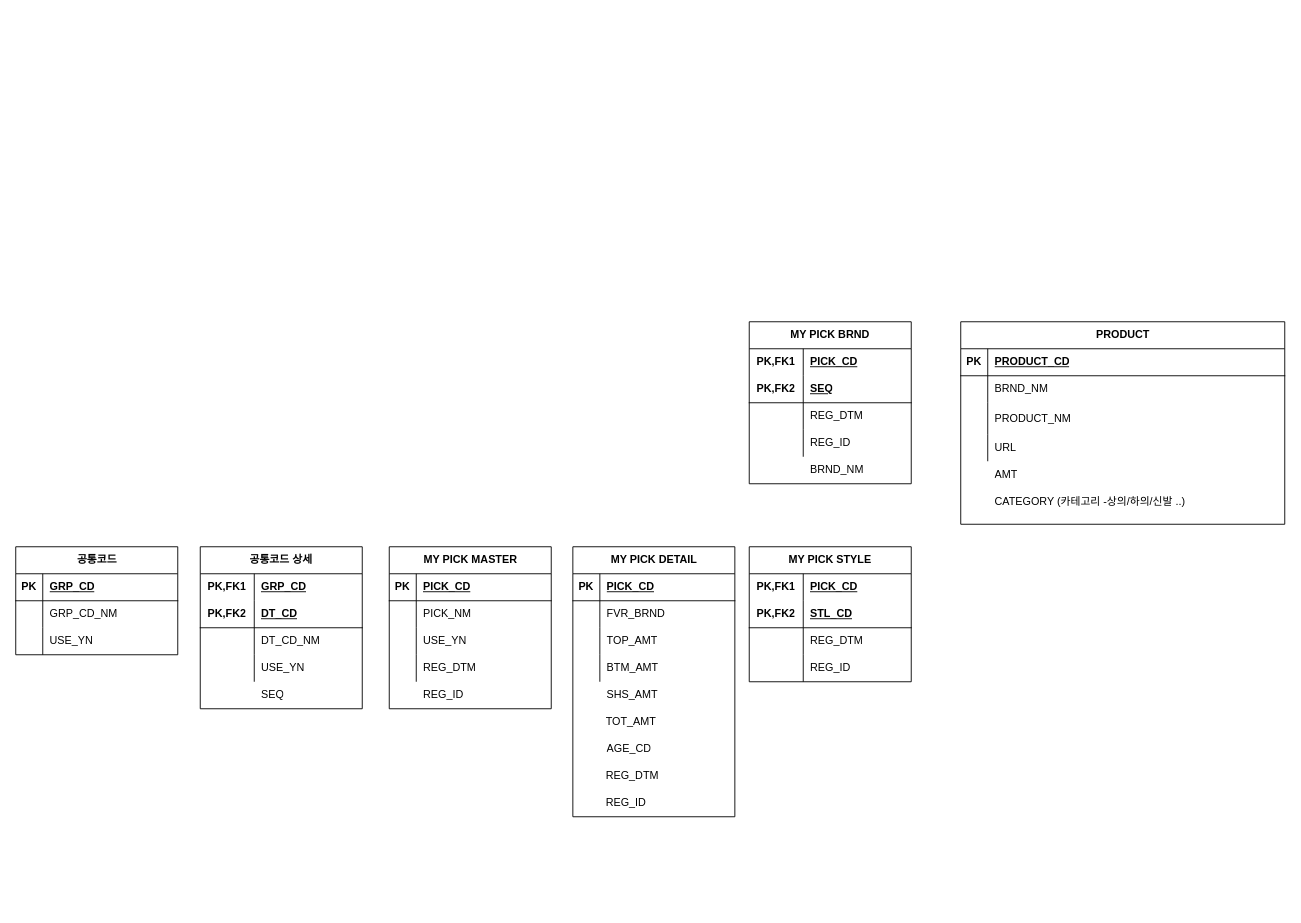
Before: page "ERD" (4 of 4) of 플로우차트.drawio in leeyeon/disco, a draw.io diagram. Source tidied: cells renumbered, new cells numbered last; positions are measured from the earlier drawing's top-left corner, leaving out a move shared by most shapes. Both pictures are drawn from the tidied source at 90%, with x=0, y=0 at pixel (15, 321).
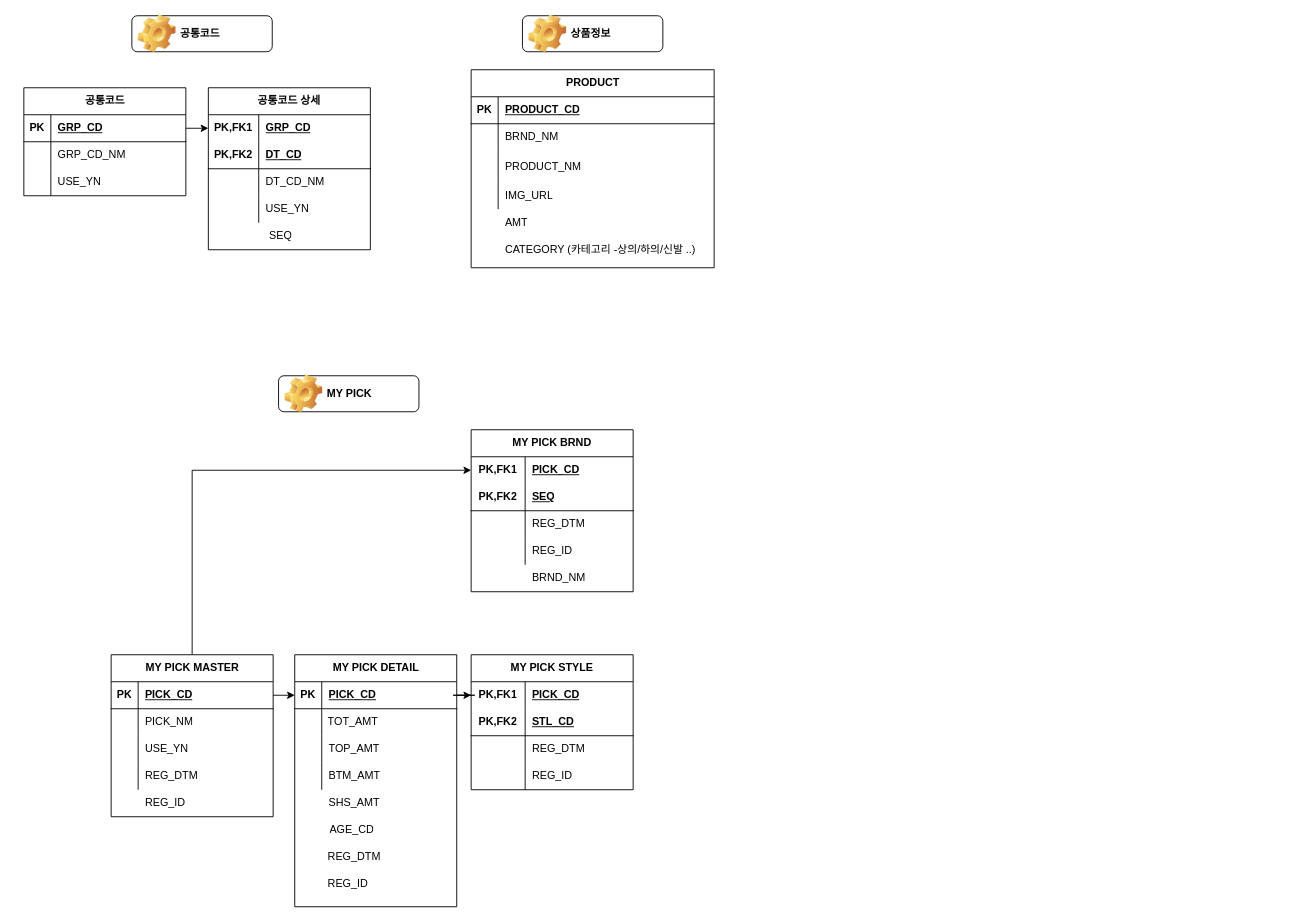
After the change.

Commit message:
플로우차트.drawio 업데이트

Unchanged cells that the change refers to:
```xml
<mxCell id="3" style="shape=tableRow;horizontal=0;startSize=0;swimlaneHead=0;swimlaneBody=0;fillColor=none;points=[[0,0.5],[1,0.5]];portConstraint=eastwest;top=0;left=0;right=0;bottom=1;" parent="2" vertex="1">
  <mxGeometry y="30" width="180" height="30" as="geometry" />
</mxCell>
<mxCell id="13" style="shape=tableRow;horizontal=0;startSize=0;swimlaneHead=0;swimlaneBody=0;fillColor=none;points=[[0,0.5],[1,0.5]];portConstraint=eastwest;top=0;left=0;right=0;bottom=1;" parent="12" vertex="1">
  <mxGeometry y="30" width="180" height="30" as="geometry" />
</mxCell>
<mxCell id="26" style="shape=tableRow;horizontal=0;startSize=0;swimlaneHead=0;swimlaneBody=0;fillColor=none;points=[[0,0.5],[1,0.5]];portConstraint=eastwest;top=0;left=0;right=0;bottom=1;" parent="25" vertex="1">
  <mxGeometry y="30" width="180" height="30" as="geometry" />
</mxCell>
<mxCell id="29" style="shape=tableRow;horizontal=0;startSize=0;swimlaneHead=0;swimlaneBody=0;fillColor=none;top=0;left=0;right=0;bottom=0;" parent="25" vertex="1">
  <mxGeometry y="60" width="180" height="30" as="geometry" />
</mxCell>
<mxCell id="39" style="shape=tableRow;horizontal=0;startSize=0;swimlaneHead=0;swimlaneBody=0;fillColor=none;points=[[0,0.5],[1,0.5]];portConstraint=eastwest;top=0;left=0;right=0;bottom=0;html=1;" parent="38" vertex="1">
  <mxGeometry y="30" width="180" height="30" as="geometry" />
</mxCell>
<mxCell id="42" style="shape=tableRow;horizontal=0;startSize=0;swimlaneHead=0;swimlaneBody=0;fillColor=none;top=0;left=0;right=0;bottom=1;html=1;" parent="38" vertex="1">
  <mxGeometry y="60" width="180" height="30" as="geometry" />
</mxCell>
<mxCell id="45" style="shape=tableRow;horizontal=0;startSize=0;swimlaneHead=0;swimlaneBody=0;fillColor=none;top=0;left=0;right=0;bottom=0;html=1;" parent="38" vertex="1">
  <mxGeometry y="90" width="180" height="30" as="geometry" />
</mxCell>
<mxCell id="48" style="shape=tableRow;horizontal=0;startSize=0;swimlaneHead=0;swimlaneBody=0;fillColor=none;top=0;left=0;right=0;bottom=0;html=1;" parent="38" vertex="1">
  <mxGeometry y="120" width="180" height="30" as="geometry" />
</mxCell>
<mxCell id="56" style="shape=tableRow;horizontal=0;startSize=0;swimlaneHead=0;swimlaneBody=0;fillColor=none;points=[[0,0.5],[1,0.5]];portConstraint=eastwest;top=0;left=0;right=0;bottom=0;html=1;" parent="55" vertex="1">
  <mxGeometry y="30" width="180" height="30" as="geometry" />
</mxCell>
<mxCell id="74" style="shape=tableRow;horizontal=0;startSize=0;swimlaneHead=0;swimlaneBody=0;fillColor=none;points=[[0,0.5],[1,0.5]];portConstraint=eastwest;top=0;left=0;right=0;bottom=0;html=1;" parent="73" vertex="1">
  <mxGeometry y="30" width="180" height="30" as="geometry" />
</mxCell>
```

What changed in the source:
```diff
@@
     <mxCell id="2" value="공통코드" style="shape=table;startSize=30;childLayout=tableLayout;rowLines=0;fontStyle=1;align=center;html=1;" parent="1" vertex="1">
-      <mxGeometry y="250" width="180" height="120" as="geometry" />
+      <mxGeometry x="9" y="-260" width="180" height="120" as="geometry" />
     </mxCell>
@@
+    <mxCell id="103" style="edgeStyle=orthogonalEdgeStyle;rounded=0;jettySize=auto;html=1;exitX=0.5;exitY=0;exitDx=0;exitDy=0;entryX=0;entryY=0.5;entryDx=0;entryDy=0;" parent="1" edge="1" source="12" target="74">
+      <mxGeometry relative="1" as="geometry" />
+    </mxCell>
     <mxCell id="12" value="MY PICK MASTER" style="shape=table;startSize=30;childLayout=tableLayout;rowLines=0;fontStyle=1;align=center;html=1;" parent="1" vertex="1">
-      <mxGeometry x="415" y="250" width="180" height="180" as="geometry" />
+      <mxGeometry x="106" y="370" width="180" height="180" as="geometry" />
     </mxCell>
@@
     <mxCell id="25" value="MY PICK DETAIL" style="shape=table;startSize=30;childLayout=tableLayout;rowLines=0;fontStyle=1;align=center;html=1;" parent="1" vertex="1">
-      <mxGeometry x="619" y="250" width="180" height="300" as="geometry" />
+      <mxGeometry x="310" y="370" width="180" height="280" as="geometry" />
     </mxCell>
@@
-    <mxCell id="31" value="FVR_BRND" style="shape=partialRectangle;fillColor=none;top=0;left=0;bottom=0;right=0;align=left;spacingLeft=6;overflow=hidden;whiteSpace=wrap;html=1;" parent="29" vertex="1">
+    <mxCell id="31" style="shape=partialRectangle;fillColor=none;top=0;left=0;bottom=0;right=0;align=left;spacingLeft=6;overflow=hidden;whiteSpace=wrap;html=1;" parent="29" vertex="1">
       <mxGeometry x="30" width="150" height="30" as="geometry" />
     </mxCell>
@@
     <mxCell id="38" value="공통코드 상세" style="shape=table;startSize=30;childLayout=tableLayout;rowLines=0;fontStyle=1;align=center;html=1;whiteSpace=wrap;" parent="1" vertex="1">
-      <mxGeometry x="205" y="250" width="180" height="180" as="geometry" />
+      <mxGeometry x="214" y="-260" width="180" height="180" as="geometry" />
     </mxCell>
@@
     <mxCell id="40" value="PK,FK1" style="shape=partialRectangle;fillColor=none;top=0;left=0;bottom=0;right=0;fontStyle=1;overflow=hidden;html=1;whiteSpace=wrap;" parent="39" vertex="1">
-      <mxGeometry width="60" height="30" as="geometry" />
+      <mxGeometry width="56" height="30" as="geometry" />
     </mxCell>
     <mxCell id="41" value="GRP_CD" style="shape=partialRectangle;fillColor=none;top=0;left=0;bottom=0;right=0;align=left;spacingLeft=6;fontStyle=5;overflow=hidden;html=1;whiteSpace=wrap;" parent="39" vertex="1">
-      <mxGeometry x="60" width="120" height="30" as="geometry" />
+      <mxGeometry x="56" width="124" height="30" as="geometry" />
     </mxCell>
@@
     <mxCell id="43" value="PK,FK2" style="shape=partialRectangle;fillColor=none;top=0;left=0;bottom=0;right=0;fontStyle=1;overflow=hidden;html=1;whiteSpace=wrap;" parent="42" vertex="1">
-      <mxGeometry width="60" height="30" as="geometry" />
+      <mxGeometry width="56" height="30" as="geometry" />
     </mxCell>
     <mxCell id="44" value="DT_CD" style="shape=partialRectangle;fillColor=none;top=0;left=0;bottom=0;right=0;align=left;spacingLeft=6;fontStyle=5;overflow=hidden;html=1;whiteSpace=wrap;" parent="42" vertex="1">
-      <mxGeometry x="60" width="120" height="30" as="geometry" />
+      <mxGeometry x="56" width="124" height="30" as="geometry" />
     </mxCell>
@@
     <mxCell id="46" style="shape=partialRectangle;fillColor=none;top=0;left=0;bottom=0;right=0;overflow=hidden;html=1;whiteSpace=wrap;" parent="45" vertex="1">
-      <mxGeometry width="60" height="30" as="geometry" />
+      <mxGeometry width="56" height="30" as="geometry" />
     </mxCell>
     <mxCell id="47" value="DT_CD_NM" style="shape=partialRectangle;fillColor=none;top=0;left=0;bottom=0;right=0;align=left;spacingLeft=6;overflow=hidden;html=1;whiteSpace=wrap;" parent="45" vertex="1">
-      <mxGeometry x="60" width="120" height="30" as="geometry" />
+      <mxGeometry x="56" width="124" height="30" as="geometry" />
     </mxCell>
@@
     <mxCell id="49" style="shape=partialRectangle;fillColor=none;top=0;left=0;bottom=0;right=0;overflow=hidden;html=1;whiteSpace=wrap;" parent="48" vertex="1">
-      <mxGeometry width="60" height="30" as="geometry" />
+      <mxGeometry width="56" height="30" as="geometry" />
     </mxCell>
     <mxCell id="50" value="USE_YN" style="shape=partialRectangle;fillColor=none;top=0;left=0;bottom=0;right=0;align=left;spacingLeft=6;overflow=hidden;html=1;whiteSpace=wrap;" parent="48" vertex="1">
-      <mxGeometry x="60" width="120" height="30" as="geometry" />
+      <mxGeometry x="56" width="124" height="30" as="geometry" />
     </mxCell>
     <mxCell id="51" style="shape=tableRow;horizontal=0;startSize=0;swimlaneHead=0;swimlaneBody=0;fillColor=none;top=0;left=0;right=0;bottom=0;html=1;" parent="1" vertex="1">
-      <mxGeometry x="205" y="400" width="180" height="30" as="geometry" />
+      <mxGeometry x="214" y="-110" width="180" height="30" as="geometry" />
     </mxCell>
@@
-    <mxCell id="54" style="shape=partialRectangle;fillColor=none;top=0;left=0;bottom=0;right=0;overflow=hidden;html=1;whiteSpace=wrap;" parent="1" vertex="1">
-      <mxGeometry x="215" y="380" width="60" height="30" as="geometry" />
-    </mxCell>
     <mxCell id="55" value="MY PICK STYLE" style="shape=table;startSize=30;childLayout=tableLayout;rowLines=0;fontStyle=1;align=center;html=1;whiteSpace=wrap;" parent="1" vertex="1">
-      <mxGeometry x="815" y="250" width="180" height="150" as="geometry" />
+      <mxGeometry x="506" y="370" width="180" height="150" as="geometry" />
     </mxCell>
@@
     <mxCell id="68" value="SHS_AMT" style="shape=partialRectangle;fillColor=none;top=0;left=0;bottom=0;right=0;align=left;spacingLeft=6;overflow=hidden;whiteSpace=wrap;html=1;" parent="1" vertex="1">
-      <mxGeometry x="649" y="400" width="150" height="30" as="geometry" />
+      <mxGeometry x="340" y="520" width="150" height="30" as="geometry" />
     </mxCell>
     <mxCell id="69" value="TOT_AMT" style="shape=partialRectangle;fillColor=none;top=0;left=0;bottom=0;right=0;align=left;spacingLeft=6;overflow=hidden;whiteSpace=wrap;html=1;" parent="1" vertex="1">
-      <mxGeometry x="648" y="430" width="150" height="30" as="geometry" />
+      <mxGeometry x="339" y="430" width="150" height="30" as="geometry" />
     </mxCell>
     <mxCell id="70" value="AGE_CD" style="shape=partialRectangle;fillColor=none;top=0;left=0;bottom=0;right=0;align=left;spacingLeft=6;overflow=hidden;whiteSpace=wrap;html=1;" parent="1" vertex="1">
-      <mxGeometry x="649" y="460" width="150" height="30" as="geometry" />
+      <mxGeometry x="341" y="550" width="150" height="30" as="geometry" />
     </mxCell>
     <mxCell id="71" value="REG_DTM" style="shape=partialRectangle;fillColor=none;top=0;left=0;bottom=0;right=0;align=left;spacingLeft=6;overflow=hidden;whiteSpace=wrap;html=1;" parent="1" vertex="1">
-      <mxGeometry x="648" y="490" width="150" height="30" as="geometry" />
+      <mxGeometry x="339" y="580" width="150" height="30" as="geometry" />
     </mxCell>
     <mxCell id="72" value="REG_ID" style="shape=partialRectangle;fillColor=none;top=0;left=0;bottom=0;right=0;align=left;spacingLeft=6;overflow=hidden;whiteSpace=wrap;html=1;" parent="1" vertex="1">
-      <mxGeometry x="648" y="520" width="150" height="30" as="geometry" />
+      <mxGeometry x="339" y="610" width="150" height="30" as="geometry" />
     </mxCell>
     <mxCell id="73" value="MY PICK BRND" style="shape=table;startSize=30;childLayout=tableLayout;rowLines=0;fontStyle=1;align=center;html=1;whiteSpace=wrap;" parent="1" vertex="1">
-      <mxGeometry x="815" width="180" height="180" as="geometry" />
+      <mxGeometry x="506" y="120" width="180" height="180" as="geometry" />
     </mxCell>
@@
     <mxCell id="86" value="BRND_NM" style="shape=partialRectangle;fillColor=none;top=0;left=0;bottom=0;right=0;align=left;spacingLeft=6;overflow=hidden;html=1;whiteSpace=wrap;" parent="1" vertex="1">
-      <mxGeometry x="875" y="150" width="120" height="30" as="geometry" />
+      <mxGeometry x="566" y="270" width="120" height="30" as="geometry" />
     </mxCell>
     <mxCell id="87" value="PRODUCT" style="shape=table;startSize=30;childLayout=tableLayout;rowLines=0;fontStyle=1;align=center;html=1;" parent="1" vertex="1">
-      <mxGeometry x="1050" width="360" height="225" as="geometry" />
+      <mxGeometry x="506" y="-280" width="270" height="220" as="geometry" />
     </mxCell>
     <mxCell id="88" style="shape=tableRow;horizontal=0;startSize=0;swimlaneHead=0;swimlaneBody=0;fillColor=none;top=0;left=0;right=0;bottom=1;" parent="87" vertex="1">
-      <mxGeometry y="30" width="360" height="30" as="geometry" />
+      <mxGeometry y="30" width="270" height="30" as="geometry" />
     </mxCell>
@@
     <mxCell id="90" value="PRODUCT_CD" style="shape=partialRectangle;fillColor=none;top=0;left=0;bottom=0;right=0;align=left;spacingLeft=6;fontStyle=5;overflow=hidden;whiteSpace=wrap;html=1;" parent="88" vertex="1">
-      <mxGeometry x="30" width="330" height="30" as="geometry" />
+      <mxGeometry x="30" width="240" height="30" as="geometry" />
     </mxCell>
     <mxCell id="91" style="shape=tableRow;horizontal=0;startSize=0;swimlaneHead=0;swimlaneBody=0;fillColor=none;top=0;left=0;right=0;bottom=0;" parent="87" vertex="1">
-      <mxGeometry y="60" width="360" height="30" as="geometry" />
+      <mxGeometry y="60" width="270" height="30" as="geometry" />
     </mxCell>
@@
     <mxCell id="93" value="BRND_NM" style="shape=partialRectangle;fillColor=none;top=0;left=0;bottom=0;right=0;align=left;spacingLeft=6;overflow=hidden;whiteSpace=wrap;html=1;" parent="91" vertex="1">
-      <mxGeometry x="30" width="330" height="30" as="geometry" />
+      <mxGeometry x="30" width="240" height="30" as="geometry" />
     </mxCell>
     <mxCell id="94" style="shape=tableRow;horizontal=0;startSize=0;swimlaneHead=0;swimlaneBody=0;fillColor=none;top=0;left=0;right=0;bottom=0;" parent="87" vertex="1">
-      <mxGeometry y="90" width="360" height="35" as="geometry" />
+      <mxGeometry y="90" width="270" height="35" as="geometry" />
     </mxCell>
@@
     <mxCell id="96" value="PRODUCT_NM" style="shape=partialRectangle;fillColor=none;top=0;left=0;bottom=0;right=0;align=left;spacingLeft=6;overflow=hidden;whiteSpace=wrap;html=1;" parent="94" vertex="1">
-      <mxGeometry x="30" width="330" height="35" as="geometry" />
+      <mxGeometry x="30" width="240" height="35" as="geometry" />
     </mxCell>
     <mxCell id="97" style="shape=tableRow;horizontal=0;startSize=0;swimlaneHead=0;swimlaneBody=0;fillColor=none;top=0;left=0;right=0;bottom=0;" parent="87" vertex="1">
-      <mxGeometry y="125" width="360" height="30" as="geometry" />
+      <mxGeometry y="125" width="270" height="30" as="geometry" />
     </mxCell>
@@
-    <mxCell id="99" value="URL" style="shape=partialRectangle;fillColor=none;top=0;left=0;bottom=0;right=0;align=left;spacingLeft=6;overflow=hidden;whiteSpace=wrap;html=1;" parent="97" vertex="1">
-      <mxGeometry x="30" width="330" height="30" as="geometry" />
+    <mxCell id="99" value="IMG_URL" style="shape=partialRectangle;fillColor=none;top=0;left=0;bottom=0;right=0;align=left;spacingLeft=6;overflow=hidden;whiteSpace=wrap;html=1;" parent="97" vertex="1">
+      <mxGeometry x="30" width="240" height="30" as="geometry" />
     </mxCell>
     <mxCell id="100" value="AMT" style="shape=partialRectangle;fillColor=none;top=0;left=0;bottom=0;right=0;align=left;spacingLeft=6;overflow=hidden;whiteSpace=wrap;html=1;" parent="1" vertex="1">
-      <mxGeometry x="1080" y="155" width="150" height="30" as="geometry" />
+      <mxGeometry x="536" y="-125" width="150" height="30" as="geometry" />
     </mxCell>
     <mxCell id="101" value="CATEGORY (카테고리 -상의/하의/신발 ..)" style="shape=partialRectangle;fillColor=none;top=0;left=0;bottom=0;right=0;align=left;spacingLeft=6;overflow=hidden;whiteSpace=wrap;html=1;" parent="1" vertex="1">
-      <mxGeometry x="1080" y="185" width="240" height="30" as="geometry" />
+      <mxGeometry x="536" y="-95" width="240" height="30" as="geometry" />
     </mxCell>
     <mxCell id="102" value="REG_ID" style="shape=partialRectangle;fillColor=none;top=0;left=0;bottom=0;right=0;align=left;spacingLeft=6;overflow=hidden;whiteSpace=wrap;html=1;" parent="1" vertex="1">
-      <mxGeometry x="445" y="400" width="150" height="30" as="geometry" />
+      <mxGeometry x="136" y="520" width="150" height="30" as="geometry" />
     </mxCell>
+    <mxCell id="104" style="edgeStyle=orthogonalEdgeStyle;rounded=0;jettySize=auto;html=1;exitX=1;exitY=0.5;exitDx=0;exitDy=0;entryX=0;entryY=0.5;entryDx=0;entryDy=0;" parent="1" edge="1" source="3" target="39">
+      <mxGeometry relative="1" as="geometry" />
+    </mxCell>
+    <mxCell id="105" style="edgeStyle=orthogonalEdgeStyle;rounded=0;jettySize=auto;html=1;exitX=1;exitY=0.5;exitDx=0;exitDy=0;entryX=0;entryY=0.5;entryDx=0;entryDy=0;" parent="1" edge="1" source="13" target="26">
+      <mxGeometry relative="1" as="geometry" />
+    </mxCell>
+    <mxCell id="106" style="edgeStyle=orthogonalEdgeStyle;rounded=0;jettySize=auto;html=1;exitX=1;exitY=0.5;exitDx=0;exitDy=0;" parent="1" edge="1" source="26" target="56">
+      <mxGeometry relative="1" as="geometry" />
+    </mxCell>
+    <mxCell id="107" value="공통코드" style="label;whiteSpace=wrap;html=1;image=img/clipart/Gear_128x128.png;" parent="1" vertex="1">
+      <mxGeometry x="129" y="-340" width="156" height="40" as="geometry" />
+    </mxCell>
+    <mxCell id="108" value="상품정보" style="label;whiteSpace=wrap;html=1;image=img/clipart/Gear_128x128.png;" parent="1" vertex="1">
+      <mxGeometry x="563" y="-340" width="156" height="40" as="geometry" />
+    </mxCell>
+    <mxCell id="109" value="MY PICK" style="label;whiteSpace=wrap;html=1;image=img/clipart/Gear_128x128.png;" parent="1" vertex="1">
+      <mxGeometry x="292" y="60" width="156" height="40" as="geometry" />
+    </mxCell>
```
